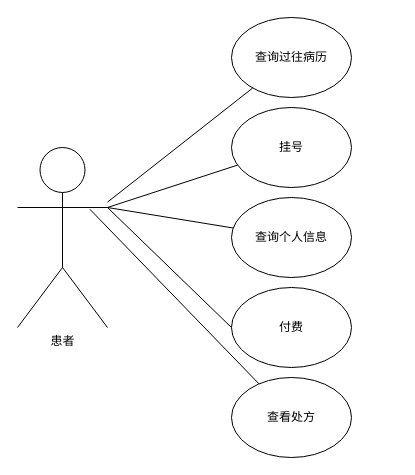
Earlier version of the draw.io diagram page "第 3 页" (3 of 4) of 用例图/未命名绘图.drawio (yansiro145/-). Source tidied: cells renumbered, new cells numbered last; positions are measured from the earlier drawing's top-left corner, leaving out a move shared by most shapes. Both pictures are drawn from the tidied source at 100%, with x=0, y=0 at pixel (17, 17).
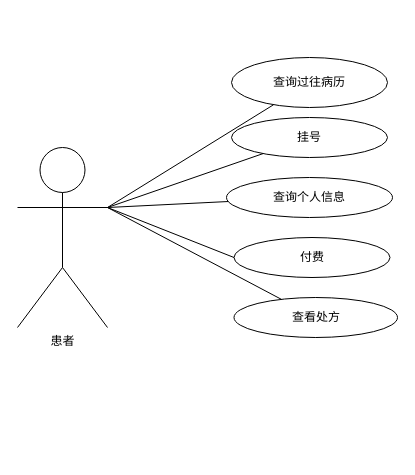
The same diagram, later.

Change to the diagram source:
```diff
@@
 <mxGraphModel>
   <root>
     <mxCell id="0" />
     <mxCell id="1" parent="0" />
     <mxCell id="2" value="患者" style="shape=umlActor;verticalLabelPosition=bottom;verticalAlign=top;html=1;" parent="1" vertex="1">
       <mxGeometry y="130" width="90" height="180" as="geometry" />
     </mxCell>
     <mxCell id="3" value="查询过往病历" style="ellipse;whiteSpace=wrap;html=1;" parent="1" vertex="1">
-      <mxGeometry x="214" width="120" height="80" as="geometry" />
+      <mxGeometry x="214" y="40" width="156" height="50" as="geometry" />
     </mxCell>
     <mxCell id="4" value="挂号" style="ellipse;whiteSpace=wrap;html=1;" parent="1" vertex="1">
-      <mxGeometry x="214" y="90" width="120" height="80" as="geometry" />
+      <mxGeometry x="214" y="100" width="156" height="40" as="geometry" />
     </mxCell>
     <mxCell id="5" value="查询个人信息" style="ellipse;whiteSpace=wrap;html=1;" parent="1" vertex="1">
-      <mxGeometry x="214" y="180" width="120" height="80" as="geometry" />
+      <mxGeometry x="209" y="160" width="166" height="40" as="geometry" />
     </mxCell>
     <mxCell id="6" value="付费" style="ellipse;whiteSpace=wrap;html=1;" parent="1" vertex="1">
-      <mxGeometry x="214" y="270" width="120" height="80" as="geometry" />
+      <mxGeometry x="216.5" y="220" width="156" height="40" as="geometry" />
     </mxCell>
     <mxCell id="7" value="查看处方" style="ellipse;whiteSpace=wrap;html=1;" parent="1" vertex="1">
-      <mxGeometry x="214" y="360" width="120" height="80" as="geometry" />
+      <mxGeometry x="216.5" y="280" width="163.5" height="40" as="geometry" />
     </mxCell>
-    <mxCell id="8" style="endArrow=none;html=1;rounded=0;" parent="1" edge="1" source="2" target="3">
-      <mxGeometry relative="1" as="geometry" />
+    <mxCell id="8" style="endArrow=none;html=1;rounded=0;" parent="1" edge="1" target="3">
+      <mxGeometry relative="1" as="geometry">
+        <mxPoint x="90" y="190" as="sourcePoint" />
+      </mxGeometry>
     </mxCell>
-    <mxCell id="9" style="endArrow=none;html=1;rounded=0;exitX=0.804;exitY=0.343;exitDx=0;exitDy=0;exitPerimeter=0;" parent="1" edge="1" source="2" target="7">
-      <mxGeometry relative="1" as="geometry" />
+    <mxCell id="9" style="endArrow=none;html=1;rounded=0;" parent="1" edge="1" target="7">
+      <mxGeometry relative="1" as="geometry">
+        <mxPoint x="90" y="190" as="sourcePoint" />
+      </mxGeometry>
     </mxCell>
     <mxCell id="10" style="endArrow=none;html=1;rounded=0;entryX=0;entryY=0.5;entryDx=0;entryDy=0;" parent="1" edge="1" target="6">
       <mxGeometry relative="1" as="geometry">
         <mxPoint x="90" y="190" as="sourcePoint" />
       </mxGeometry>
     </mxCell>
     <mxCell id="11" style="endArrow=none;html=1;rounded=0;exitX=1;exitY=0.3333333333333333;exitDx=0;exitDy=0;exitPerimeter=0;" parent="1" edge="1" source="2" target="5">
       <mxGeometry relative="1" as="geometry" />
     </mxCell>
     <mxCell id="12" style="endArrow=none;html=1;rounded=0;exitX=1;exitY=0.3333333333333333;exitDx=0;exitDy=0;exitPerimeter=0;" parent="1" edge="1" source="2" target="4">
       <mxGeometry relative="1" as="geometry" />
     </mxCell>
   </root>
 </mxGraphModel>
```
